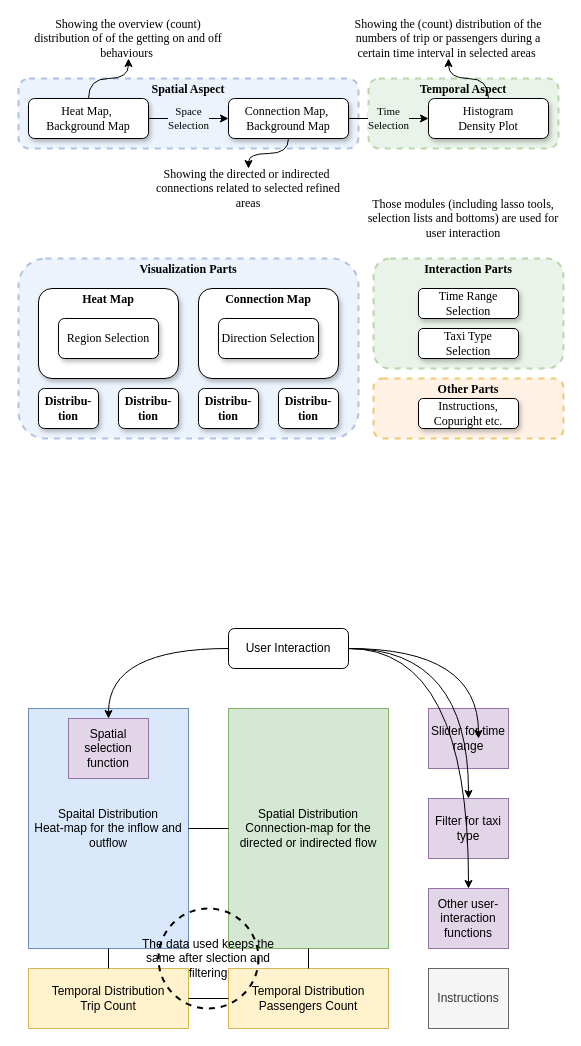
Earlier version of the draw.io diagram page "第 1 页" (1 of 2) of Visualization.drawio (GongSicong/DataVisualization). Source tidied: cells renumbered, new cells numbered last; positions are measured from the earlier drawing's top-left corner, leaving out a move shared by most shapes. Both pictures are drawn from the tidied source at 100%, with x=0, y=0 at pixel (18, 18).
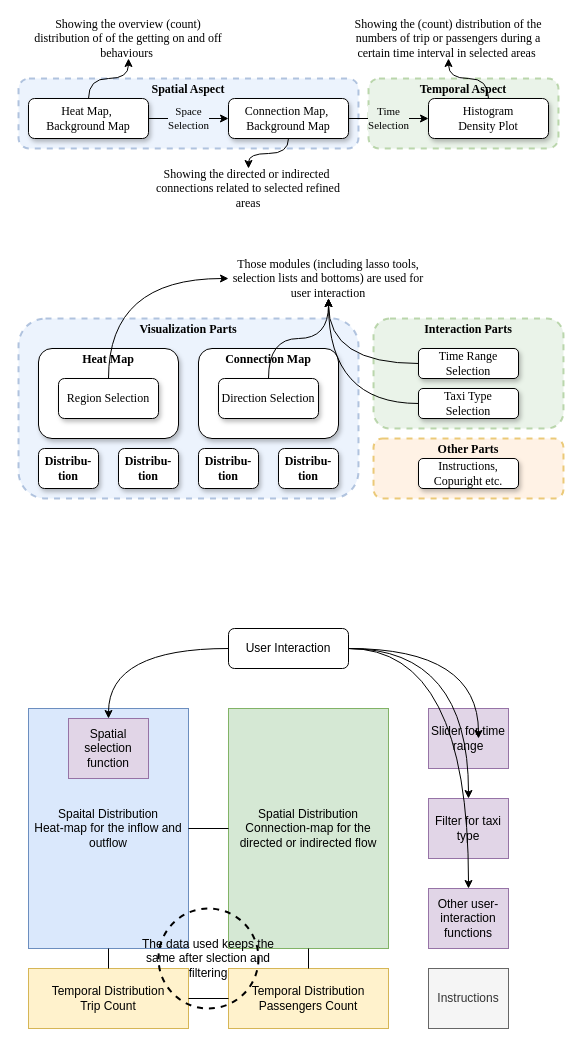
Above is the later version.

Change to the diagram source:
```diff
@@
     <mxCell id="35" value="&lt;p style=&quot;margin:0px;margin-top:4px;text-align:center;&quot;&gt;&lt;b&gt;Visualization Parts&lt;/b&gt;&lt;/p&gt;" style="verticalAlign=top;align=left;overflow=fill;fontSize=12;fontFamily=Times New Roman;html=1;whiteSpace=wrap;shadow=0;rounded=1;fillColor=#dae8fc;strokeColor=#6c8ebf;strokeWidth=2;dashed=1;opacity=50;" parent="1" vertex="1">
-      <mxGeometry y="240" width="340" height="180" as="geometry" />
+      <mxGeometry y="300" width="340" height="180" as="geometry" />
     </mxCell>
     <mxCell id="36" value="&lt;p style=&quot;margin:0px;margin-top:4px;text-align:center;&quot;&gt;&lt;b&gt;Interaction Parts&lt;/b&gt;&lt;/p&gt;" style="verticalAlign=top;align=left;overflow=fill;fontSize=12;fontFamily=Times New Roman;html=1;whiteSpace=wrap;shadow=0;rounded=1;fillColor=#d5e8d4;strokeColor=#82b366;strokeWidth=2;dashed=1;opacity=50;" parent="1" vertex="1">
-      <mxGeometry x="355" y="240" width="190" height="110" as="geometry" />
+      <mxGeometry x="355" y="300" width="190" height="110" as="geometry" />
     </mxCell>
     <mxCell id="37" value="&lt;p style=&quot;margin:0px;margin-top:4px;text-align:center;&quot;&gt;&lt;b&gt;Other Parts&lt;/b&gt;&lt;/p&gt;" style="verticalAlign=top;align=left;overflow=fill;fontSize=12;fontFamily=Times New Roman;html=1;whiteSpace=wrap;shadow=0;rounded=1;fillColor=#ffe6cc;strokeColor=#d79b00;strokeWidth=2;dashed=1;opacity=50;" parent="1" vertex="1">
-      <mxGeometry x="355" y="360" width="190" height="60" as="geometry" />
+      <mxGeometry x="355" y="420" width="190" height="60" as="geometry" />
     </mxCell>
     <mxCell id="38" value="&lt;p style=&quot;margin:0px;margin-top:4px;text-align:center;&quot;&gt;&lt;b&gt;Heat Map&lt;/b&gt;&lt;/p&gt;" style="verticalAlign=top;align=left;overflow=fill;fontSize=12;fontFamily=Times New Roman;html=1;whiteSpace=wrap;shadow=1;rounded=1;strokeColor=default;fillColor=#FFFFFF;" parent="1" vertex="1">
-      <mxGeometry x="20" y="270" width="140" height="90" as="geometry" />
+      <mxGeometry x="20" y="330" width="140" height="90" as="geometry" />
     </mxCell>
     <mxCell id="39" value="Region Selection" style="rounded=1;whiteSpace=wrap;html=1;shadow=1;fontFamily=Times New Roman;" parent="1" vertex="1">
-      <mxGeometry x="40" y="300" width="100" height="40" as="geometry" />
+      <mxGeometry x="40" y="360" width="100" height="40" as="geometry" />
     </mxCell>
     <mxCell id="40" value="&lt;p style=&quot;margin:0px;margin-top:4px;text-align:center;&quot;&gt;&lt;b&gt;Connection Map&lt;/b&gt;&lt;/p&gt;" style="verticalAlign=top;align=left;overflow=fill;fontSize=12;fontFamily=Times New Roman;html=1;whiteSpace=wrap;shadow=1;rounded=1;strokeColor=default;fillColor=#FFFFFF;" parent="1" vertex="1">
-      <mxGeometry x="180" y="270" width="140" height="90" as="geometry" />
+      <mxGeometry x="180" y="330" width="140" height="90" as="geometry" />
     </mxCell>
     <mxCell id="41" value="Direction Selection" style="rounded=1;whiteSpace=wrap;html=1;shadow=1;fontFamily=Times New Roman;" parent="1" vertex="1">
-      <mxGeometry x="200" y="300" width="100" height="40" as="geometry" />
+      <mxGeometry x="200" y="360" width="100" height="40" as="geometry" />
     </mxCell>
     <mxCell id="42" value="Distribu-tion" style="rounded=1;shadow=1;fontFamily=Times New Roman;align=center;labelBackgroundColor=none;labelBorderColor=none;whiteSpace=wrap;html=1;fontStyle=1;" parent="1" vertex="1">
-      <mxGeometry x="20" y="370" width="60" height="40" as="geometry" />
+      <mxGeometry x="20" y="430" width="60" height="40" as="geometry" />
     </mxCell>
     <mxCell id="43" value="Distribu-tion" style="rounded=1;shadow=1;fontFamily=Times New Roman;align=center;labelBackgroundColor=none;labelBorderColor=none;whiteSpace=wrap;html=1;fontStyle=1;" parent="1" vertex="1">
-      <mxGeometry x="100" y="370" width="60" height="40" as="geometry" />
+      <mxGeometry x="100" y="430" width="60" height="40" as="geometry" />
     </mxCell>
     <mxCell id="44" value="Distribu-tion" style="rounded=1;shadow=1;fontFamily=Times New Roman;align=center;labelBackgroundColor=none;labelBorderColor=none;whiteSpace=wrap;html=1;fontStyle=1;" parent="1" vertex="1">
-      <mxGeometry x="180" y="370" width="60" height="40" as="geometry" />
+      <mxGeometry x="180" y="430" width="60" height="40" as="geometry" />
     </mxCell>
     <mxCell id="45" value="Distribu-tion" style="rounded=1;shadow=1;fontFamily=Times New Roman;align=center;labelBackgroundColor=none;labelBorderColor=none;whiteSpace=wrap;html=1;fontStyle=1;" parent="1" vertex="1">
-      <mxGeometry x="260" y="370" width="60" height="40" as="geometry" />
+      <mxGeometry x="260" y="430" width="60" height="40" as="geometry" />
     </mxCell>
     <mxCell id="46" value="Time Range Selection" style="rounded=1;whiteSpace=wrap;html=1;shadow=1;fontFamily=Times New Roman;" parent="1" vertex="1">
-      <mxGeometry x="400" y="270" width="100" height="30" as="geometry" />
+      <mxGeometry x="400" y="330" width="100" height="30" as="geometry" />
     </mxCell>
     <mxCell id="47" value="Taxi Type&lt;br&gt;Selection" style="rounded=1;whiteSpace=wrap;html=1;shadow=1;fontFamily=Times New Roman;" parent="1" vertex="1">
-      <mxGeometry x="400" y="310" width="100" height="30" as="geometry" />
+      <mxGeometry x="400" y="370" width="100" height="30" as="geometry" />
     </mxCell>
     <mxCell id="48" value="Instructions,&lt;br&gt;Copuright etc." style="rounded=1;whiteSpace=wrap;html=1;shadow=1;fontFamily=Times New Roman;" parent="1" vertex="1">
-      <mxGeometry x="400" y="380" width="100" height="30" as="geometry" />
+      <mxGeometry x="400" y="440" width="100" height="30" as="geometry" />
     </mxCell>
     <mxCell id="49" value="&lt;font face=&quot;Times New Roman&quot;&gt;Those modules (including lasso tools, selection lists and bottoms) are used for user interaction&lt;/font&gt;" style="text;html=1;strokeColor=none;fillColor=none;align=center;verticalAlign=middle;whiteSpace=wrap;rounded=0;" parent="1" vertex="1">
-      <mxGeometry x="345" y="180" width="200" height="40" as="geometry" />
+      <mxGeometry x="210" y="240" width="200" height="40" as="geometry" />
     </mxCell>
+    <mxCell id="50" style="endArrow=classic;html=1;rounded=0;edgeStyle=orthogonalEdgeStyle;curved=1;entryX=0;entryY=0.5;entryDx=0;entryDy=0;" parent="1" edge="1" source="39" target="49">
+      <mxGeometry relative="1" as="geometry">
+        <Array as="points">
+          <mxPoint x="90" y="260" />
+        </Array>
+      </mxGeometry>
+    </mxCell>
+    <mxCell id="51" style="endArrow=classic;html=1;rounded=0;edgeStyle=orthogonalEdgeStyle;curved=1;" parent="1" edge="1" source="41" target="49">
+      <mxGeometry relative="1" as="geometry" />
+    </mxCell>
+    <mxCell id="52" style="endArrow=classic;html=1;rounded=0;edgeStyle=orthogonalEdgeStyle;curved=1;exitX=0;exitY=0.5;exitDx=0;exitDy=0;" parent="1" edge="1" source="46" target="49">
+      <mxGeometry relative="1" as="geometry" />
+    </mxCell>
+    <mxCell id="53" style="endArrow=classic;html=1;rounded=0;edgeStyle=orthogonalEdgeStyle;curved=1;exitX=0;exitY=0.5;exitDx=0;exitDy=0;" parent="1" edge="1" source="47" target="49">
+      <mxGeometry relative="1" as="geometry" />
+    </mxCell>
```
